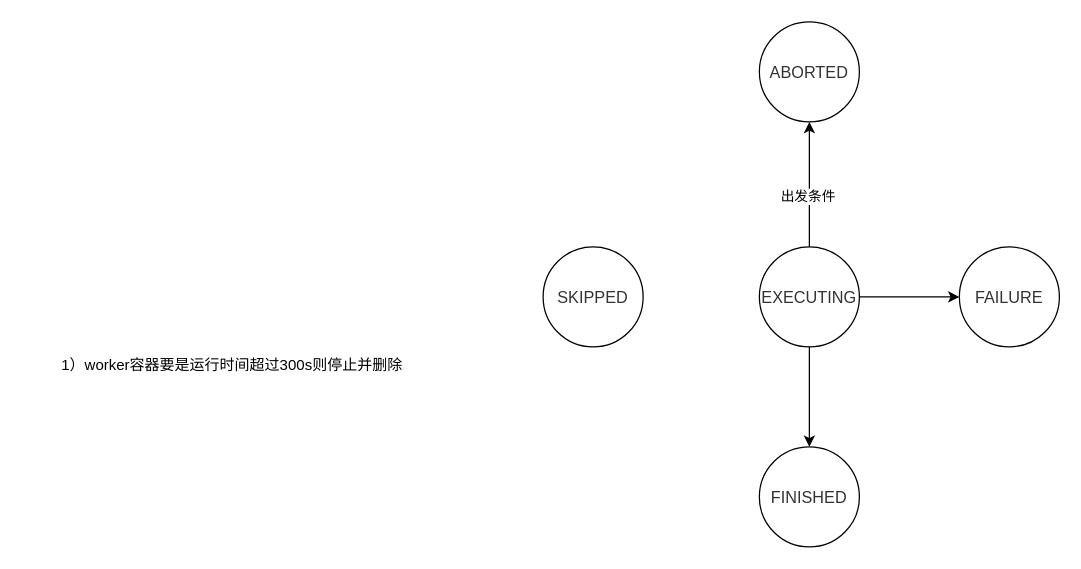
Before: page "节点状态转移图" (2 of 2) of walkflow.drawio in lzhz2012/drawio, a draw.io diagram. Source tidied: cells renumbered, new cells numbered last; positions are measured from the earlier drawing's top-left corner, leaving out a move shared by most shapes. Both pictures are drawn from the tidied source at 125%, with x=0, y=0 at pixel (59, 21).
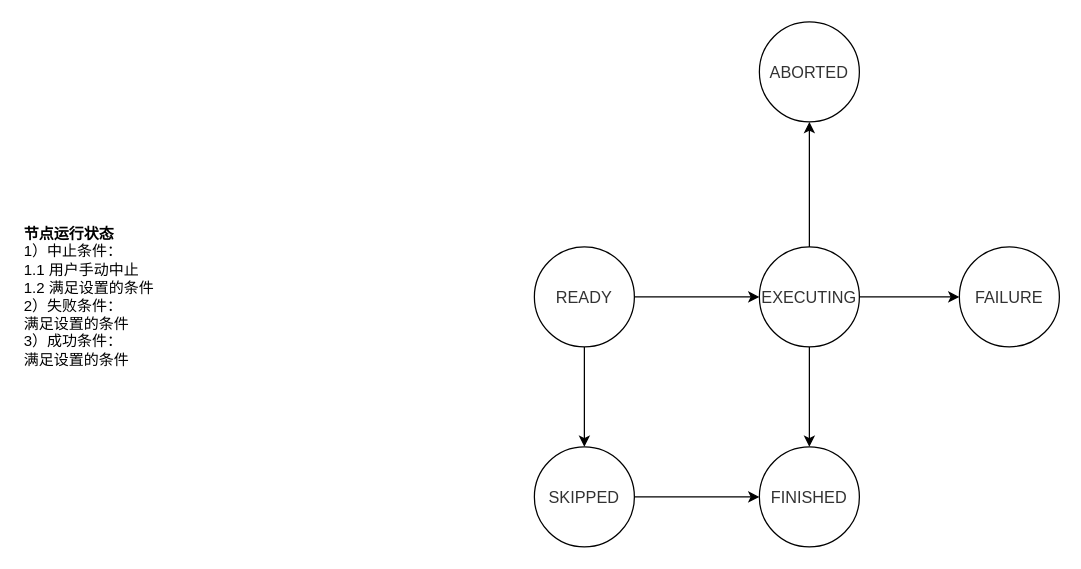
The same diagram, later.

What changed in the source:
```diff
@@
 <mxGraphModel>
   <root>
     <mxCell id="0" />
     <mxCell id="1" parent="0" />
     <mxCell id="2" value="&lt;span style=&quot;color: rgb(50 , 50 , 50) ; font-size: 13px ; background-color: rgba(255 , 255 , 255 , 0.01)&quot;&gt;ABORTED&lt;/span&gt;" style="ellipse;whiteSpace=wrap;html=1;fillColor=none;gradientColor=none;align=center;" parent="1" vertex="1">
       <mxGeometry x="560" width="80" height="80" as="geometry" />
     </mxCell>
     <mxCell id="3" style="edgeStyle=orthogonalEdgeStyle;rounded=0;jettySize=auto;html=1;exitX=1;exitY=0.5;exitDx=0;exitDy=0;" parent="1" edge="1" source="7" target="8">
       <mxGeometry relative="1" as="geometry" />
     </mxCell>
     <mxCell id="4" style="edgeStyle=orthogonalEdgeStyle;rounded=0;jettySize=auto;html=1;exitX=0.5;exitY=0;exitDx=0;exitDy=0;entryX=0.5;entryY=1;entryDx=0;entryDy=0;" parent="1" edge="1" source="7" target="2">
       <mxGeometry relative="1" as="geometry" />
     </mxCell>
-    <mxCell id="5" value="出发条件" style="edgeLabel;html=1;align=center;verticalAlign=middle;" parent="4" vertex="1">
-      <mxGeometry x="-0.18" y="2" relative="1" as="geometry" />
-    </mxCell>
     <mxCell id="6" style="edgeStyle=orthogonalEdgeStyle;rounded=0;jettySize=auto;html=1;" parent="1" edge="1" source="7" target="9">
       <mxGeometry relative="1" as="geometry" />
     </mxCell>
     <mxCell id="7" value="&lt;span style=&quot;color: rgb(50 , 50 , 50) ; font-size: 13px ; background-color: rgba(255 , 255 , 255 , 0.01)&quot;&gt;EXECUTING&lt;/span&gt;" style="ellipse;whiteSpace=wrap;html=1;fillColor=none;gradientColor=none;align=center;" parent="1" vertex="1">
       <mxGeometry x="560" y="180" width="80" height="80" as="geometry" />
     </mxCell>
     <mxCell id="8" value="&lt;span style=&quot;color: rgb(50 , 50 , 50) ; font-size: 13px ; background-color: rgba(255 , 255 , 255 , 0.01)&quot;&gt;FAILURE&lt;/span&gt;" style="ellipse;whiteSpace=wrap;html=1;fillColor=none;gradientColor=none;align=center;" parent="1" vertex="1">
       <mxGeometry x="720" y="180" width="80" height="80" as="geometry" />
     </mxCell>
     <mxCell id="9" value="&lt;span style=&quot;color: rgb(50 , 50 , 50) ; font-size: 13px ; background-color: rgba(255 , 255 , 255 , 0.01)&quot;&gt;FINISHED&lt;/span&gt;" style="ellipse;whiteSpace=wrap;html=1;fillColor=none;gradientColor=none;align=center;" parent="1" vertex="1">
       <mxGeometry x="560" y="340" width="80" height="80" as="geometry" />
     </mxCell>
+    <mxCell id="12" style="edgeStyle=orthogonalEdgeStyle;rounded=0;jettySize=auto;html=1;exitX=1;exitY=0.5;exitDx=0;exitDy=0;" parent="1" edge="1" source="10" target="7">
+      <mxGeometry relative="1" as="geometry" />
+    </mxCell>
+    <mxCell id="13" style="edgeStyle=orthogonalEdgeStyle;rounded=0;jettySize=auto;html=1;exitX=0.5;exitY=1;exitDx=0;exitDy=0;" parent="1" edge="1" source="10" target="15">
+      <mxGeometry relative="1" as="geometry" />
+    </mxCell>
-    <mxCell id="10" value="&lt;span style=&quot;color: rgb(50 , 50 , 50) ; font-size: 13px ; background-color: rgba(255 , 255 , 255 , 0.01)&quot;&gt;SKIPPED&lt;/span&gt;" style="ellipse;whiteSpace=wrap;html=1;fillColor=none;gradientColor=none;align=center;" parent="1" vertex="1">
-      <mxGeometry x="387" y="180" width="80" height="80" as="geometry" />
+    <mxCell id="10" value="&lt;span style=&quot;color: rgb(50 , 50 , 50) ; font-size: 13px ; background-color: rgba(255 , 255 , 255 , 0.01)&quot;&gt;READY&lt;/span&gt;" style="ellipse;whiteSpace=wrap;html=1;fillColor=none;gradientColor=none;align=center;" parent="1" vertex="1">
+      <mxGeometry x="380" y="180" width="80" height="80" as="geometry" />
     </mxCell>
-    <mxCell id="11" value="1）worker容器要是运行时间超过300s则停止并删除" style="text;html=1;strokeColor=none;fillColor=none;align=left;verticalAlign=middle;whiteSpace=wrap;rounded=0;" parent="1" vertex="1">
-      <mxGeometry y="230" width="290" height="90" as="geometry" />
+    <mxCell id="11" value="&lt;b&gt;节点运行状态&lt;/b&gt;&lt;br&gt;1）中止条件：&lt;br&gt;1.1 用户手动中止&lt;br&gt;1.2 满足设置的条件&lt;br&gt;2）失败条件：&lt;br&gt;满足设置的条件&lt;br&gt;3）成功条件：&lt;br&gt;满足设置的条件" style="text;html=1;strokeColor=none;fillColor=none;align=left;verticalAlign=middle;whiteSpace=wrap;rounded=0;" parent="1" vertex="1">
+      <mxGeometry x="-30" y="145" width="330" height="150" as="geometry" />
     </mxCell>
+    <mxCell id="14" style="edgeStyle=orthogonalEdgeStyle;rounded=0;jettySize=auto;html=1;exitX=1;exitY=0.5;exitDx=0;exitDy=0;" parent="1" edge="1" source="15" target="9">
+      <mxGeometry relative="1" as="geometry" />
+    </mxCell>
+    <mxCell id="15" value="&lt;span style=&quot;color: rgb(50 , 50 , 50) ; font-size: 13px ; background-color: rgba(255 , 255 , 255 , 0.01)&quot;&gt;SKIPPED&lt;/span&gt;" style="ellipse;whiteSpace=wrap;html=1;fillColor=none;gradientColor=none;align=center;" parent="1" vertex="1">
+      <mxGeometry x="380" y="340" width="80" height="80" as="geometry" />
+    </mxCell>
   </root>
 </mxGraphModel>
```
